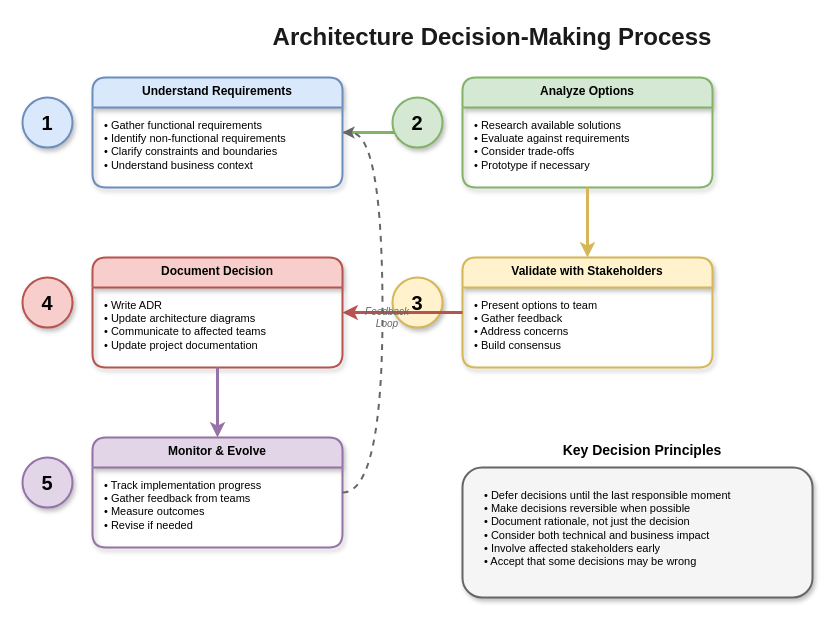
Earlier version of the draw.io diagram lesson-00-software-architect-overview/01-how-a-software-architect-works/1.4-decision-making-process.drawio (MrParkerZ7/document-lesson-software-architect-x-claude). Source tidied: cells renumbered, new cells numbered last; positions are measured from the earlier drawing's top-left corner, leaving out a move shared by most shapes. Both pictures are drawn from the tidied source at 100%, with x=0, y=0 at pixel (22, 17).
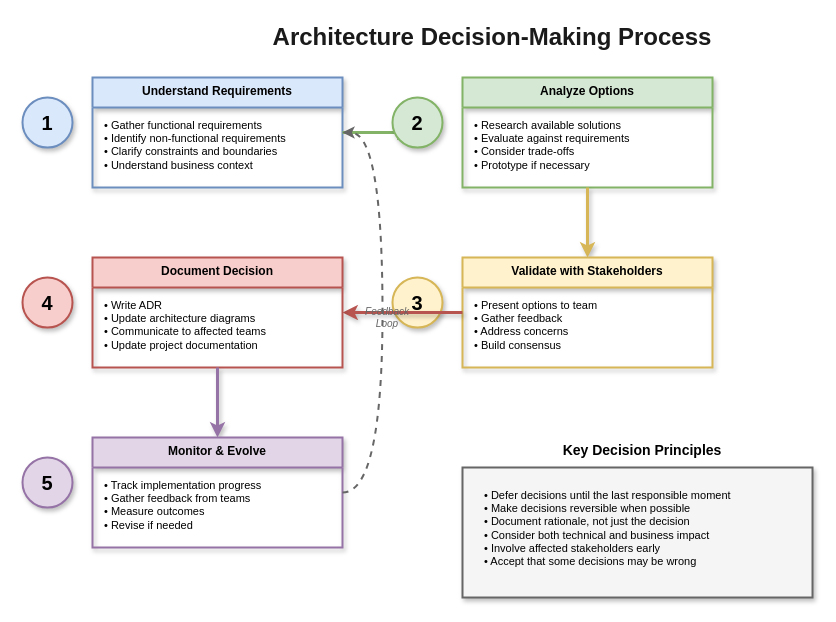
The same page after the edit.

The edit, as a diff of the source:
```diff
@@
-    <mxCell id="4" value="Understand Requirements" style="swimlane;fontStyle=1;align=center;verticalAlign=top;horizontal=1;startSize=30;fillColor=#dae8fc;strokeColor=#6c8ebf;fontSize=12;rounded=1;shadow=1;strokeWidth=2;" parent="1" vertex="1">
+    <mxCell id="4" value="Understand Requirements" style="swimlane;fontStyle=1;align=center;verticalAlign=top;horizontal=1;startSize=30;fillColor=#dae8fc;strokeColor=#6c8ebf;fontSize=12;rounded=0;shadow=1;strokeWidth=2;" parent="1" vertex="1">
       <mxGeometry x="70" y="60" width="250" height="110" as="geometry" />
     </mxCell>
@@
-    <mxCell id="6" style="edgeStyle=orthogonalEdgeStyle;curved=1;rounded=1;html=1;endArrow=classic;strokeWidth=3;strokeColor=#82b366;jumpStyle=arc;jumpSize=10;" parent="1" edge="1">
+    <mxCell id="6" style="edgeStyle=orthogonalEdgeStyle;curved=1;rounded=1;html=1;endArrow=classic;strokeWidth=3;strokeColor=#82b366;jumpStyle=arc;jumpSize=10;shadow=0;flowAnimation=1;" parent="1" edge="1">
       <mxGeometry relative="1" as="geometry">
         <mxPoint x="320" y="115" as="sourcePoint" />
         <mxPoint x="390" y="115" as="targetPoint" />
       </mxGeometry>
     </mxCell>
@@
-    <mxCell id="8" value="Analyze Options" style="swimlane;fontStyle=1;align=center;verticalAlign=top;horizontal=1;startSize=30;fillColor=#d5e8d4;strokeColor=#82b366;fontSize=12;rounded=1;shadow=1;strokeWidth=2;" parent="1" vertex="1">
+    <mxCell id="8" value="Analyze Options" style="swimlane;fontStyle=1;align=center;verticalAlign=top;horizontal=1;startSize=30;fillColor=#d5e8d4;strokeColor=#82b366;fontSize=12;rounded=0;shadow=1;strokeWidth=2;" parent="1" vertex="1">
       <mxGeometry x="440" y="60" width="250" height="110" as="geometry" />
     </mxCell>
@@
-    <mxCell id="10" style="edgeStyle=orthogonalEdgeStyle;curved=1;rounded=1;html=1;endArrow=classic;strokeWidth=3;strokeColor=#d6b656;jumpStyle=arc;jumpSize=10;" parent="1" edge="1">
+    <mxCell id="10" style="edgeStyle=orthogonalEdgeStyle;curved=1;rounded=1;html=1;endArrow=classic;strokeWidth=3;strokeColor=#d6b656;jumpStyle=arc;jumpSize=10;shadow=1;flowAnimation=1;" parent="1" edge="1">
       <mxGeometry relative="1" as="geometry">
         <mxPoint x="565" y="170" as="sourcePoint" />
         <mxPoint x="565" y="240" as="targetPoint" />
       </mxGeometry>
     </mxCell>
@@
-    <mxCell id="12" value="Validate with Stakeholders" style="swimlane;fontStyle=1;align=center;verticalAlign=top;horizontal=1;startSize=30;fillColor=#fff2cc;strokeColor=#d6b656;fontSize=12;rounded=1;shadow=1;strokeWidth=2;" parent="1" vertex="1">
+    <mxCell id="12" value="Validate with Stakeholders" style="swimlane;fontStyle=1;align=center;verticalAlign=top;horizontal=1;startSize=30;fillColor=#fff2cc;strokeColor=#d6b656;fontSize=12;rounded=0;shadow=1;strokeWidth=2;" parent="1" vertex="1">
       <mxGeometry x="440" y="240" width="250" height="110" as="geometry" />
     </mxCell>
@@
-    <mxCell id="14" style="edgeStyle=orthogonalEdgeStyle;curved=1;rounded=1;html=1;endArrow=classic;strokeWidth=3;strokeColor=#b85450;jumpStyle=arc;jumpSize=10;" parent="1" edge="1">
+    <mxCell id="14" style="edgeStyle=orthogonalEdgeStyle;curved=1;rounded=1;html=1;endArrow=classic;strokeWidth=3;strokeColor=#b85450;jumpStyle=arc;jumpSize=10;shadow=1;flowAnimation=1;" parent="1" edge="1">
       <mxGeometry relative="1" as="geometry">
         <mxPoint x="440" y="295" as="sourcePoint" />
         <mxPoint x="320" y="295" as="targetPoint" />
       </mxGeometry>
     </mxCell>
@@
-    <mxCell id="16" value="Document Decision" style="swimlane;fontStyle=1;align=center;verticalAlign=top;horizontal=1;startSize=30;fillColor=#f8cecc;strokeColor=#b85450;fontSize=12;rounded=1;shadow=1;strokeWidth=2;" parent="1" vertex="1">
+    <mxCell id="16" value="Document Decision" style="swimlane;fontStyle=1;align=center;verticalAlign=top;horizontal=1;startSize=30;fillColor=#f8cecc;strokeColor=#b85450;fontSize=12;rounded=0;shadow=1;strokeWidth=2;" parent="1" vertex="1">
       <mxGeometry x="70" y="240" width="250" height="110" as="geometry" />
     </mxCell>
@@
-    <mxCell id="18" style="edgeStyle=orthogonalEdgeStyle;curved=1;rounded=1;html=1;endArrow=classic;strokeWidth=3;strokeColor=#9673a6;jumpStyle=arc;jumpSize=10;" parent="1" edge="1">
+    <mxCell id="18" style="edgeStyle=orthogonalEdgeStyle;curved=1;rounded=1;html=1;endArrow=classic;strokeWidth=3;strokeColor=#9673a6;jumpStyle=arc;jumpSize=10;shadow=1;flowAnimation=1;" parent="1" edge="1">
       <mxGeometry relative="1" as="geometry">
         <mxPoint x="195" y="350" as="sourcePoint" />
         <mxPoint x="195" y="420" as="targetPoint" />
       </mxGeometry>
     </mxCell>
@@
-    <mxCell id="20" value="Monitor &amp; Evolve" style="swimlane;fontStyle=1;align=center;verticalAlign=top;horizontal=1;startSize=30;fillColor=#e1d5e7;strokeColor=#9673a6;fontSize=12;rounded=1;shadow=1;strokeWidth=2;" parent="1" vertex="1">
+    <mxCell id="20" value="Monitor &amp; Evolve" style="swimlane;fontStyle=1;align=center;verticalAlign=top;horizontal=1;startSize=30;fillColor=#e1d5e7;strokeColor=#9673a6;fontSize=12;rounded=0;shadow=1;strokeWidth=2;" parent="1" vertex="1">
       <mxGeometry x="70" y="420" width="250" height="110" as="geometry" />
     </mxCell>
@@
-    <mxCell id="22" style="edgeStyle=orthogonalEdgeStyle;curved=1;rounded=1;html=1;endArrow=classic;strokeWidth=2;strokeColor=#666666;dashed=1;jumpStyle=arc;jumpSize=10;" parent="1" edge="1">
+    <mxCell id="22" style="edgeStyle=orthogonalEdgeStyle;curved=1;rounded=0;html=1;endArrow=classic;strokeWidth=2;strokeColor=#666666;dashed=1;jumpStyle=arc;jumpSize=10;flowAnimation=1;shadow=0;" parent="1" edge="1">
       <mxGeometry relative="1" as="geometry">
         <mxPoint x="320" y="475" as="sourcePoint" />
         <mxPoint x="320" y="115" as="targetPoint" />
         <Array as="points">
           <mxPoint x="360" y="475" />
           <mxPoint x="360" y="115" />
         </Array>
       </mxGeometry>
     </mxCell>
@@
-    <mxCell id="25" style="rounded=1;whiteSpace=wrap;html=1;fillColor=#f5f5f5;strokeColor=#666666;strokeWidth=2;shadow=1;" parent="1" vertex="1">
+    <mxCell id="25" style="rounded=0;whiteSpace=wrap;html=1;fillColor=#f5f5f5;strokeColor=#666666;strokeWidth=2;shadow=1;" parent="1" vertex="1">
       <mxGeometry x="440" y="450" width="350" height="130" as="geometry" />
     </mxCell>
```
